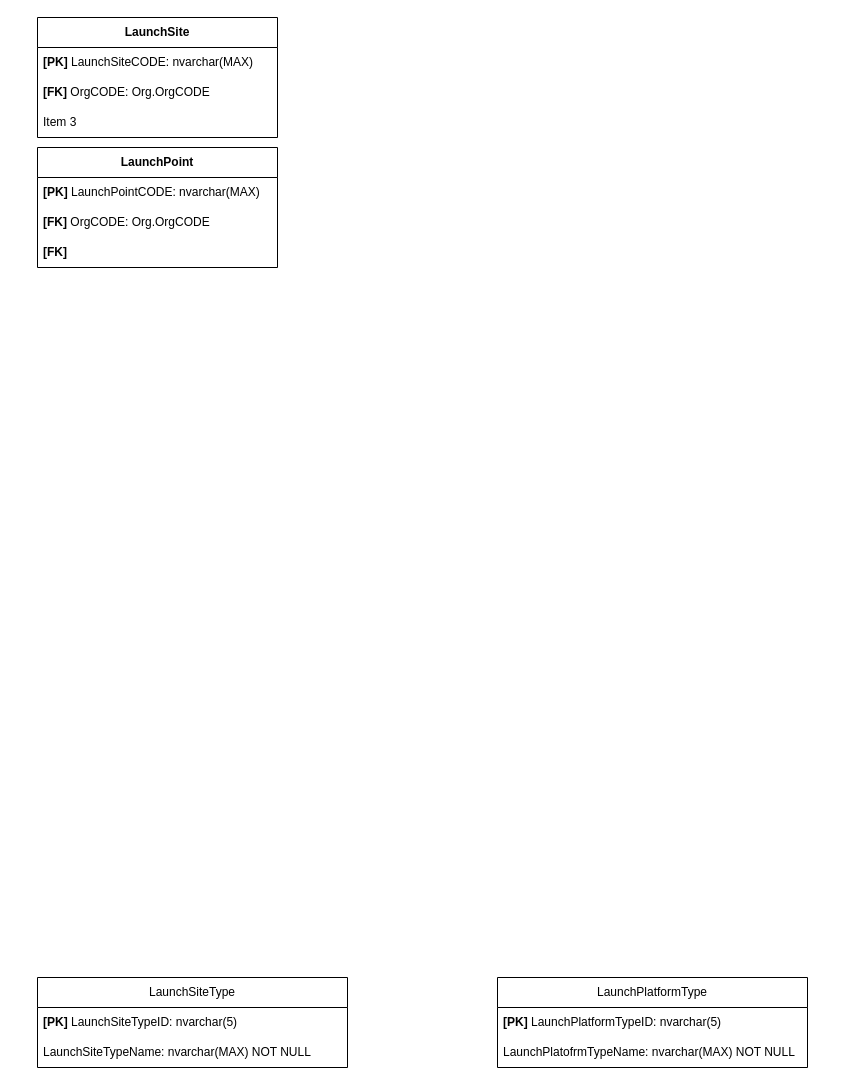
Above: doc/GCAT.Launch.drawio in cosmicshuttle/GCAT.NET (draw.io), before the change. Source tidied: cells renumbered, new cells numbered last; positions are measured from the earlier drawing's top-left corner, leaving out a move shared by most shapes. Both pictures are drawn from the tidied source at 100%, with x=0, y=0 at pixel (37, 17).
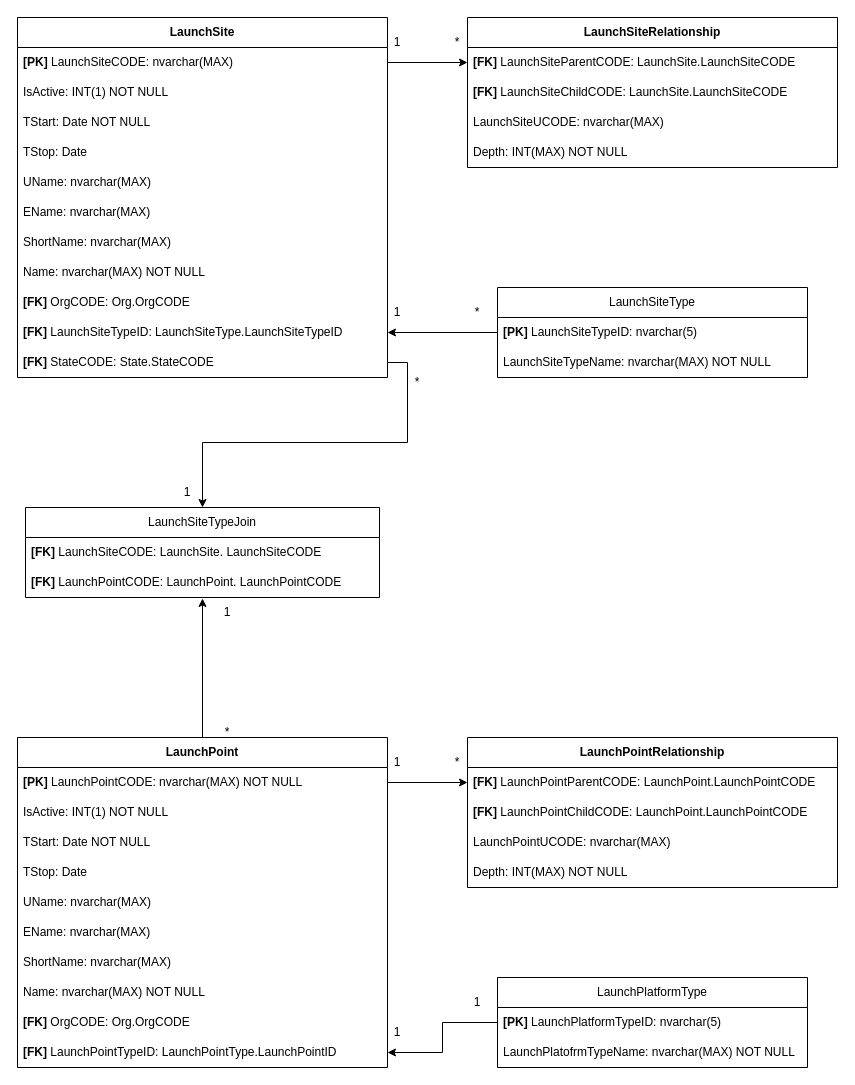
The same diagram, later.

Commit message (it also covers changes not shown here):
Launch site and point db design

The change refers to these unchanged cells:
```xml
<mxCell id="11" value="&lt;b&gt;[PK]&lt;/b&gt;&amp;nbsp;LaunchPlatformTypeID: nvarchar(5)" style="text;strokeColor=none;fillColor=none;align=left;verticalAlign=middle;spacingLeft=4;spacingRight=4;overflow=hidden;points=[[0,0.5],[1,0.5]];portConstraint=eastwest;whiteSpace=wrap;html=1;" parent="10" vertex="1">
  <mxGeometry y="30" width="310" height="30" as="geometry" />
</mxCell>
<mxCell id="14" value="&lt;b&gt;[PK]&lt;/b&gt;&amp;nbsp;LaunchSiteTypeID: nvarchar(5)" style="text;strokeColor=none;fillColor=none;align=left;verticalAlign=middle;spacingLeft=4;spacingRight=4;overflow=hidden;points=[[0,0.5],[1,0.5]];portConstraint=eastwest;whiteSpace=wrap;html=1;" parent="13" vertex="1">
  <mxGeometry y="30" width="310" height="30" as="geometry" />
</mxCell>
```

The edit, as a diff of the source:
```diff
@@
     <mxCell id="2" value="&lt;b&gt;LaunchSite&lt;/b&gt;" style="swimlane;fontStyle=0;horizontal=1;startSize=30;whiteSpace=wrap;html=1;" parent="1" vertex="1">
-      <mxGeometry width="240" height="120" as="geometry" />
+      <mxGeometry x="-20" width="370" height="360" as="geometry" />
     </mxCell>
     <mxCell id="3" value="&lt;b&gt;[PK]&lt;/b&gt;&amp;nbsp;LaunchSiteCODE: nvarchar(MAX)" style="text;strokeColor=none;fillColor=none;align=left;verticalAlign=middle;spacingLeft=4;spacingRight=4;overflow=hidden;points=[[0,0.5],[1,0.5]];portConstraint=eastwest;whiteSpace=wrap;html=1;" parent="2" vertex="1">
-      <mxGeometry y="30" width="240" height="30" as="geometry" />
+      <mxGeometry y="30" width="370" height="30" as="geometry" />
     </mxCell>
+    <mxCell id="16" value="IsActive: INT(1) NOT NULL" style="text;strokeColor=none;fillColor=none;align=left;verticalAlign=middle;spacingLeft=4;spacingRight=4;overflow=hidden;whiteSpace=wrap;html=1;" parent="2" vertex="1">
+      <mxGeometry y="60" width="370" height="30" as="geometry" />
+    </mxCell>
+    <mxCell id="17" value="TStart: Date NOT NULL" style="text;strokeColor=none;fillColor=none;align=left;verticalAlign=middle;spacingLeft=4;spacingRight=4;overflow=hidden;whiteSpace=wrap;html=1;" parent="2" vertex="1">
+      <mxGeometry y="90" width="370" height="30" as="geometry" />
+    </mxCell>
+    <mxCell id="18" value="TStop: Date" style="text;strokeColor=none;fillColor=none;align=left;verticalAlign=middle;spacingLeft=4;spacingRight=4;overflow=hidden;whiteSpace=wrap;html=1;" parent="2" vertex="1">
+      <mxGeometry y="120" width="370" height="30" as="geometry" />
+    </mxCell>
+    <mxCell id="19" value="UName: nvarchar(MAX)" style="text;strokeColor=none;fillColor=none;align=left;verticalAlign=middle;spacingLeft=4;spacingRight=4;overflow=hidden;whiteSpace=wrap;html=1;" parent="2" vertex="1">
+      <mxGeometry y="150" width="370" height="30" as="geometry" />
+    </mxCell>
+    <mxCell id="20" value="EName: nvarchar(MAX)" style="text;strokeColor=none;fillColor=none;align=left;verticalAlign=middle;spacingLeft=4;spacingRight=4;overflow=hidden;whiteSpace=wrap;html=1;" parent="2" vertex="1">
+      <mxGeometry y="180" width="370" height="30" as="geometry" />
+    </mxCell>
+    <mxCell id="21" value="ShortName: nvarchar(MAX)" style="text;strokeColor=none;fillColor=none;align=left;verticalAlign=middle;spacingLeft=4;spacingRight=4;overflow=hidden;whiteSpace=wrap;html=1;" parent="2" vertex="1">
+      <mxGeometry y="210" width="370" height="30" as="geometry" />
+    </mxCell>
+    <mxCell id="22" value="Name: nvarchar(MAX) NOT NULL" style="text;strokeColor=none;fillColor=none;align=left;verticalAlign=middle;spacingLeft=4;spacingRight=4;overflow=hidden;whiteSpace=wrap;html=1;" parent="2" vertex="1">
+      <mxGeometry y="240" width="370" height="30" as="geometry" />
+    </mxCell>
     <mxCell id="4" value="&lt;b&gt;[FK]&lt;/b&gt;&amp;nbsp;OrgCODE: Org.OrgCODE" style="text;strokeColor=none;fillColor=none;align=left;verticalAlign=middle;spacingLeft=4;spacingRight=4;overflow=hidden;whiteSpace=wrap;html=1;" parent="2" vertex="1">
-      <mxGeometry y="60" width="240" height="30" as="geometry" />
+      <mxGeometry y="270" width="370" height="30" as="geometry" />
     </mxCell>
-    <mxCell id="5" value="Item 3" style="text;strokeColor=none;fillColor=none;align=left;verticalAlign=middle;spacingLeft=4;spacingRight=4;overflow=hidden;points=[[0,0.5],[1,0.5]];portConstraint=eastwest;whiteSpace=wrap;html=1;" parent="2" vertex="1">
-      <mxGeometry y="90" width="240" height="30" as="geometry" />
+    <mxCell id="5" value="&lt;b&gt;[FK] &lt;/b&gt;LaunchSiteTypeID: LaunchSiteType.LaunchSiteTypeID" style="text;strokeColor=none;fillColor=none;align=left;verticalAlign=middle;spacingLeft=4;spacingRight=4;overflow=hidden;points=[[0,0.5],[1,0.5]];portConstraint=eastwest;whiteSpace=wrap;html=1;" parent="2" vertex="1">
+      <mxGeometry y="300" width="370" height="30" as="geometry" />
     </mxCell>
+    <mxCell id="23" value="&lt;b&gt;[FK] &lt;/b&gt;StateCODE: State.StateCODE" style="text;strokeColor=none;fillColor=none;align=left;verticalAlign=middle;spacingLeft=4;spacingRight=4;overflow=hidden;points=[[0,0.5],[1,0.5]];portConstraint=eastwest;whiteSpace=wrap;html=1;" parent="2" vertex="1">
+      <mxGeometry y="330" width="370" height="30" as="geometry" />
+    </mxCell>
     <mxCell id="6" value="&lt;b&gt;LaunchPoint&lt;/b&gt;" style="swimlane;fontStyle=0;horizontal=1;startSize=30;whiteSpace=wrap;html=1;" parent="1" vertex="1">
-      <mxGeometry y="130" width="240" height="120" as="geometry" />
+      <mxGeometry x="-20" y="720" width="370" height="330" as="geometry" />
     </mxCell>
-    <mxCell id="7" value="&lt;b&gt;[PK]&lt;/b&gt;&amp;nbsp;LaunchPointCODE: nvarchar(MAX)" style="text;strokeColor=none;fillColor=none;align=left;verticalAlign=middle;spacingLeft=4;spacingRight=4;overflow=hidden;points=[[0,0.5],[1,0.5]];portConstraint=eastwest;whiteSpace=wrap;html=1;" parent="6" vertex="1">
-      <mxGeometry y="30" width="240" height="30" as="geometry" />
+    <mxCell id="7" value="&lt;b&gt;[PK]&lt;/b&gt;&amp;nbsp;LaunchPointCODE: nvarchar(MAX) NOT NULL" style="text;strokeColor=none;fillColor=none;align=left;verticalAlign=middle;spacingLeft=4;spacingRight=4;overflow=hidden;points=[[0,0.5],[1,0.5]];portConstraint=eastwest;whiteSpace=wrap;html=1;" parent="6" vertex="1">
+      <mxGeometry y="30" width="370" height="30" as="geometry" />
     </mxCell>
+    <mxCell id="24" value="IsActive: INT(1) NOT NULL" style="text;strokeColor=none;fillColor=none;align=left;verticalAlign=middle;spacingLeft=4;spacingRight=4;overflow=hidden;whiteSpace=wrap;html=1;" parent="6" vertex="1">
+      <mxGeometry y="60" width="370" height="30" as="geometry" />
+    </mxCell>
+    <mxCell id="25" value="TStart: Date NOT NULL" style="text;strokeColor=none;fillColor=none;align=left;verticalAlign=middle;spacingLeft=4;spacingRight=4;overflow=hidden;whiteSpace=wrap;html=1;" parent="6" vertex="1">
+      <mxGeometry y="90" width="370" height="30" as="geometry" />
+    </mxCell>
+    <mxCell id="26" value="TStop: Date" style="text;strokeColor=none;fillColor=none;align=left;verticalAlign=middle;spacingLeft=4;spacingRight=4;overflow=hidden;whiteSpace=wrap;html=1;" parent="6" vertex="1">
+      <mxGeometry y="120" width="370" height="30" as="geometry" />
+    </mxCell>
+    <mxCell id="27" value="UName: nvarchar(MAX)" style="text;strokeColor=none;fillColor=none;align=left;verticalAlign=middle;spacingLeft=4;spacingRight=4;overflow=hidden;whiteSpace=wrap;html=1;" parent="6" vertex="1">
+      <mxGeometry y="150" width="370" height="30" as="geometry" />
+    </mxCell>
+    <mxCell id="28" value="EName: nvarchar(MAX)" style="text;strokeColor=none;fillColor=none;align=left;verticalAlign=middle;spacingLeft=4;spacingRight=4;overflow=hidden;whiteSpace=wrap;html=1;" parent="6" vertex="1">
+      <mxGeometry y="180" width="370" height="30" as="geometry" />
+    </mxCell>
+    <mxCell id="29" value="ShortName: nvarchar(MAX)" style="text;strokeColor=none;fillColor=none;align=left;verticalAlign=middle;spacingLeft=4;spacingRight=4;overflow=hidden;whiteSpace=wrap;html=1;" parent="6" vertex="1">
+      <mxGeometry y="210" width="370" height="30" as="geometry" />
+    </mxCell>
+    <mxCell id="30" value="Name: nvarchar(MAX) NOT NULL" style="text;strokeColor=none;fillColor=none;align=left;verticalAlign=middle;spacingLeft=4;spacingRight=4;overflow=hidden;whiteSpace=wrap;html=1;" parent="6" vertex="1">
+      <mxGeometry y="240" width="370" height="30" as="geometry" />
+    </mxCell>
     <mxCell id="8" value="&lt;b&gt;[FK]&lt;/b&gt;&amp;nbsp;OrgCODE: Org.OrgCODE" style="text;strokeColor=none;fillColor=none;align=left;verticalAlign=middle;spacingLeft=4;spacingRight=4;overflow=hidden;whiteSpace=wrap;html=1;" parent="6" vertex="1">
-      <mxGeometry y="60" width="240" height="30" as="geometry" />
+      <mxGeometry y="270" width="370" height="30" as="geometry" />
     </mxCell>
-    <mxCell id="9" value="&lt;b&gt;[FK]&amp;nbsp;&lt;/b&gt;" style="text;strokeColor=none;fillColor=none;align=left;verticalAlign=middle;spacingLeft=4;spacingRight=4;overflow=hidden;whiteSpace=wrap;html=1;" parent="6" vertex="1">
-      <mxGeometry y="90" width="240" height="30" as="geometry" />
-    </mxCell>
+    <mxCell id="31" value="&lt;b&gt;[FK]&lt;/b&gt;&amp;nbsp;LaunchPointTypeID: LaunchPointType.LaunchPointID" style="text;strokeColor=none;fillColor=none;align=left;verticalAlign=middle;spacingLeft=4;spacingRight=4;overflow=hidden;points=[[0,0.5],[1,0.5]];portConstraint=eastwest;whiteSpace=wrap;html=1;" parent="6" vertex="1">
+      <mxGeometry y="300" width="370" height="30" as="geometry" />
+    </mxCell>
@@
     <mxCell id="13" value="LaunchSiteType" style="swimlane;fontStyle=0;horizontal=1;startSize=30;whiteSpace=wrap;html=1;" parent="1" vertex="1">
-      <mxGeometry y="960" width="310" height="90" as="geometry" />
+      <mxGeometry x="460" y="270" width="310" height="90" as="geometry" />
     </mxCell>
@@
+    <mxCell id="32" value="&lt;b&gt;LaunchSiteRelationship&lt;/b&gt;" style="swimlane;fontStyle=0;horizontal=1;startSize=30;whiteSpace=wrap;html=1;" parent="1" vertex="1">
+      <mxGeometry x="430" width="370" height="150" as="geometry" />
+    </mxCell>
+    <mxCell id="33" value="&lt;u style=&quot;font-weight: bold;&quot;&gt;[&lt;/u&gt;&lt;span style=&quot;font-weight: bold;&quot;&gt;FK&lt;/span&gt;&lt;u style=&quot;font-weight: bold;&quot;&gt;]&lt;/u&gt;&amp;nbsp;LaunchSiteParentCODE: LaunchSite.LaunchSiteCODE" style="text;strokeColor=none;fillColor=none;align=left;verticalAlign=middle;spacingLeft=4;spacingRight=4;overflow=hidden;points=[[0,0.5],[1,0.5]];portConstraint=eastwest;whiteSpace=wrap;html=1;" parent="32" vertex="1">
+      <mxGeometry y="30" width="370" height="30" as="geometry" />
+    </mxCell>
+    <mxCell id="34" value="&lt;u style=&quot;font-weight: bold;&quot;&gt;[&lt;/u&gt;&lt;span style=&quot;font-weight: bold;&quot;&gt;FK&lt;/span&gt;&lt;u style=&quot;font-weight: bold;&quot;&gt;]&lt;/u&gt;&amp;nbsp;LaunchSiteChildCODE: LaunchSite.LaunchSiteCODE" style="text;strokeColor=none;fillColor=none;align=left;verticalAlign=middle;spacingLeft=4;spacingRight=4;overflow=hidden;whiteSpace=wrap;html=1;" parent="32" vertex="1">
+      <mxGeometry y="60" width="370" height="30" as="geometry" />
+    </mxCell>
+    <mxCell id="35" value="LaunchSiteUCODE: nvarchar(MAX)" style="text;strokeColor=none;fillColor=none;align=left;verticalAlign=middle;spacingLeft=4;spacingRight=4;overflow=hidden;whiteSpace=wrap;html=1;" parent="32" vertex="1">
+      <mxGeometry y="90" width="370" height="30" as="geometry" />
+    </mxCell>
+    <mxCell id="36" value="Depth: INT(MAX) NOT NULL" style="text;strokeColor=none;fillColor=none;align=left;verticalAlign=middle;spacingLeft=4;spacingRight=4;overflow=hidden;whiteSpace=wrap;html=1;" parent="32" vertex="1">
+      <mxGeometry y="120" width="370" height="30" as="geometry" />
+    </mxCell>
+    <mxCell id="37" value="&lt;b&gt;LaunchPointRelationship&lt;/b&gt;" style="swimlane;fontStyle=0;horizontal=1;startSize=30;whiteSpace=wrap;html=1;" parent="1" vertex="1">
+      <mxGeometry x="430" y="720" width="370" height="150" as="geometry" />
+    </mxCell>
+    <mxCell id="38" value="&lt;u style=&quot;font-weight: bold;&quot;&gt;[&lt;/u&gt;&lt;span style=&quot;font-weight: bold;&quot;&gt;FK&lt;/span&gt;&lt;u style=&quot;font-weight: bold;&quot;&gt;]&lt;/u&gt;&amp;nbsp;LaunchPointParentCODE: LaunchPoint.LaunchPointCODE" style="text;strokeColor=none;fillColor=none;align=left;verticalAlign=middle;spacingLeft=4;spacingRight=4;overflow=hidden;points=[[0,0.5],[1,0.5]];portConstraint=eastwest;whiteSpace=wrap;html=1;" parent="37" vertex="1">
+      <mxGeometry y="30" width="370" height="30" as="geometry" />
+    </mxCell>
+    <mxCell id="39" value="&lt;u style=&quot;font-weight: bold;&quot;&gt;[&lt;/u&gt;&lt;span style=&quot;font-weight: bold;&quot;&gt;FK&lt;/span&gt;&lt;u style=&quot;font-weight: bold;&quot;&gt;]&lt;/u&gt;&amp;nbsp;LaunchPointChildCODE: LaunchPoint.LaunchPointCODE" style="text;strokeColor=none;fillColor=none;align=left;verticalAlign=middle;spacingLeft=4;spacingRight=4;overflow=hidden;whiteSpace=wrap;html=1;" parent="37" vertex="1">
+      <mxGeometry y="60" width="370" height="30" as="geometry" />
+    </mxCell>
+    <mxCell id="40" value="LaunchPointUCODE: nvarchar(MAX)" style="text;strokeColor=none;fillColor=none;align=left;verticalAlign=middle;spacingLeft=4;spacingRight=4;overflow=hidden;whiteSpace=wrap;html=1;" parent="37" vertex="1">
+      <mxGeometry y="90" width="370" height="30" as="geometry" />
+    </mxCell>
+    <mxCell id="41" value="Depth: INT(MAX) NOT NULL" style="text;strokeColor=none;fillColor=none;align=left;verticalAlign=middle;spacingLeft=4;spacingRight=4;overflow=hidden;whiteSpace=wrap;html=1;" parent="37" vertex="1">
+      <mxGeometry y="120" width="370" height="30" as="geometry" />
+    </mxCell>
+    <mxCell id="42" style="edgeStyle=orthogonalEdgeStyle;rounded=0;jettySize=auto;html=1;exitX=0;exitY=0.5;exitDx=0;exitDy=0;" parent="1" edge="1" source="14" target="5">
+      <mxGeometry relative="1" as="geometry" />
+    </mxCell>
+    <mxCell id="43" style="edgeStyle=orthogonalEdgeStyle;rounded=0;jettySize=auto;html=1;exitX=0;exitY=0.5;exitDx=0;exitDy=0;entryX=1;entryY=0.5;entryDx=0;entryDy=0;" parent="1" edge="1" source="11" target="31">
+      <mxGeometry relative="1" as="geometry" />
+    </mxCell>
+    <mxCell id="44" value="1" style="text;html=1;whiteSpace=wrap;strokeColor=none;fillColor=none;align=center;verticalAlign=middle;rounded=0;" parent="1" vertex="1">
+      <mxGeometry x="330" y="10" width="60" height="30" as="geometry" />
+    </mxCell>
+    <mxCell id="45" value="*" style="text;html=1;whiteSpace=wrap;strokeColor=none;fillColor=none;align=center;verticalAlign=middle;rounded=0;" parent="1" vertex="1">
+      <mxGeometry x="390" y="10" width="60" height="30" as="geometry" />
+    </mxCell>
+    <mxCell id="46" value="1" style="text;html=1;whiteSpace=wrap;strokeColor=none;fillColor=none;align=center;verticalAlign=middle;rounded=0;" parent="1" vertex="1">
+      <mxGeometry x="330" y="280" width="60" height="30" as="geometry" />
+    </mxCell>
+    <mxCell id="47" value="*" style="text;html=1;whiteSpace=wrap;strokeColor=none;fillColor=none;align=center;verticalAlign=middle;rounded=0;" parent="1" vertex="1">
+      <mxGeometry x="410" y="280" width="60" height="30" as="geometry" />
+    </mxCell>
+    <mxCell id="48" value="1" style="text;html=1;whiteSpace=wrap;strokeColor=none;fillColor=none;align=center;verticalAlign=middle;rounded=0;" parent="1" vertex="1">
+      <mxGeometry x="330" y="730" width="60" height="30" as="geometry" />
+    </mxCell>
+    <mxCell id="49" value="*" style="text;html=1;whiteSpace=wrap;strokeColor=none;fillColor=none;align=center;verticalAlign=middle;rounded=0;" parent="1" vertex="1">
+      <mxGeometry x="390" y="730" width="60" height="30" as="geometry" />
+    </mxCell>
+    <mxCell id="50" value="1" style="text;html=1;whiteSpace=wrap;strokeColor=none;fillColor=none;align=center;verticalAlign=middle;rounded=0;" parent="1" vertex="1">
+      <mxGeometry x="330" y="1000" width="60" height="30" as="geometry" />
+    </mxCell>
+    <mxCell id="51" value="1" style="text;html=1;whiteSpace=wrap;strokeColor=none;fillColor=none;align=center;verticalAlign=middle;rounded=0;" parent="1" vertex="1">
+      <mxGeometry x="410" y="970" width="60" height="30" as="geometry" />
+    </mxCell>
+    <mxCell id="52" value="LaunchSiteTypeJoin" style="swimlane;fontStyle=0;horizontal=1;startSize=30;whiteSpace=wrap;html=1;" parent="1" vertex="1">
+      <mxGeometry x="-12" y="490" width="354" height="90" as="geometry" />
+    </mxCell>
+    <mxCell id="53" value="&lt;span style=&quot;font-weight: bold;&quot;&gt;[FK]&lt;/span&gt;&amp;nbsp;LaunchSiteCODE: LaunchSite.&amp;nbsp;LaunchSiteCODE" style="text;strokeColor=none;fillColor=none;align=left;verticalAlign=middle;spacingLeft=4;spacingRight=4;overflow=hidden;whiteSpace=wrap;html=1;" parent="52" vertex="1">
+      <mxGeometry y="30" width="354" height="30" as="geometry" />
+    </mxCell>
+    <mxCell id="54" value="&lt;span style=&quot;font-weight: bold;&quot;&gt;[FK]&lt;/span&gt;&amp;nbsp;LaunchPointCODE: LaunchPoint.&amp;nbsp;LaunchPointCODE" style="text;strokeColor=none;fillColor=none;align=left;verticalAlign=middle;spacingLeft=4;spacingRight=4;overflow=hidden;points=[[0,0.5],[1,0.5]];portConstraint=eastwest;whiteSpace=wrap;html=1;" parent="52" vertex="1">
+      <mxGeometry y="60" width="354" height="30" as="geometry" />
+    </mxCell>
+    <mxCell id="55" style="edgeStyle=orthogonalEdgeStyle;rounded=0;jettySize=auto;html=1;exitX=0.5;exitY=0;exitDx=0;exitDy=0;entryX=0.5;entryY=1.033;entryDx=0;entryDy=0;entryPerimeter=0;" parent="1" edge="1" source="6" target="54">
+      <mxGeometry relative="1" as="geometry" />
+    </mxCell>
+    <mxCell id="56" style="edgeStyle=orthogonalEdgeStyle;rounded=0;jettySize=auto;html=1;exitX=1;exitY=0.5;exitDx=0;exitDy=0;entryX=0.5;entryY=0;entryDx=0;entryDy=0;" parent="1" edge="1" source="23" target="52">
+      <mxGeometry relative="1" as="geometry" />
+    </mxCell>
+    <mxCell id="57" value="*" style="text;html=1;whiteSpace=wrap;strokeColor=none;fillColor=none;align=center;verticalAlign=middle;rounded=0;" parent="1" vertex="1">
+      <mxGeometry x="160" y="700" width="60" height="30" as="geometry" />
+    </mxCell>
+    <mxCell id="58" value="*" style="text;html=1;whiteSpace=wrap;strokeColor=none;fillColor=none;align=center;verticalAlign=middle;rounded=0;" parent="1" vertex="1">
+      <mxGeometry x="350" y="350" width="60" height="30" as="geometry" />
+    </mxCell>
+    <mxCell id="59" value="1" style="text;html=1;whiteSpace=wrap;strokeColor=none;fillColor=none;align=center;verticalAlign=middle;rounded=0;" parent="1" vertex="1">
+      <mxGeometry x="120" y="460" width="60" height="30" as="geometry" />
+    </mxCell>
+    <mxCell id="60" value="1" style="text;html=1;whiteSpace=wrap;strokeColor=none;fillColor=none;align=center;verticalAlign=middle;rounded=0;" parent="1" vertex="1">
+      <mxGeometry x="160" y="580" width="60" height="30" as="geometry" />
+    </mxCell>
+    <mxCell id="61" style="edgeStyle=orthogonalEdgeStyle;rounded=0;jettySize=auto;html=1;exitX=1;exitY=0.5;exitDx=0;exitDy=0;entryX=0;entryY=0.5;entryDx=0;entryDy=0;" parent="1" edge="1" source="3" target="33">
+      <mxGeometry relative="1" as="geometry" />
+    </mxCell>
+    <mxCell id="62" style="edgeStyle=orthogonalEdgeStyle;rounded=0;jettySize=auto;html=1;exitX=1;exitY=0.5;exitDx=0;exitDy=0;entryX=0;entryY=0.5;entryDx=0;entryDy=0;" parent="1" edge="1" source="7" target="38">
+      <mxGeometry relative="1" as="geometry" />
+    </mxCell>
```
